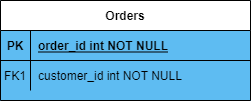
Before: DB/Translation ER Diagram.png, a diagram exported from draw.io (tsgsOFFICIAL/Kilgharrah). Source tidied: cells renumbered, new cells last; positions are measured from the earlier drawing's top-left corner, leaving out a move shared by most shapes.
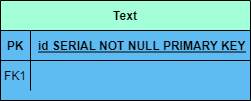
After the commit.

The edit, as a diff of the source:
```diff
@@ -2,7 +2,7 @@
   <root>
     <mxCell id="0" />
     <mxCell id="1" parent="0" />
-    <mxCell id="2" value="Orders" style="shape=table;startSize=30;rowLines=0;fontStyle=1;align=center;" parent="1" vertex="1">
+    <mxCell id="2" value="Text" style="shape=table;startSize=30;rowLines=0;fontStyle=1;align=center;fillColor=#A3FFD7;" parent="1" vertex="1">
       <mxGeometry width="250" height="100" as="geometry" />
     </mxCell>
     <mxCell id="3" style="shape=partialRectangle;fillColor=none;top=0;left=0;right=0;bottom=1;" parent="2" vertex="1">
@@ -11,7 +11,7 @@
     <mxCell id="4" value="PK" style="shape=partialRectangle;overflow=hidden;fillColor=none;top=0;left=0;bottom=0;right=0;fontStyle=1;" parent="3" vertex="1">
       <mxGeometry width="30" height="30" as="geometry" />
     </mxCell>
-    <mxCell id="5" value="order_id int NOT NULL " style="shape=partialRectangle;overflow=hidden;fillColor=none;top=0;left=0;bottom=0;right=0;align=left;spacingLeft=6;fontStyle=5;" parent="3" vertex="1">
+    <mxCell id="5" value="id SERIAL NOT NULL PRIMARY KEY" style="shape=partialRectangle;overflow=hidden;fillColor=none;top=0;left=0;bottom=0;right=0;align=left;spacingLeft=6;fontStyle=5;" parent="3" vertex="1">
       <mxGeometry x="30" width="220" height="30" as="geometry" />
     </mxCell>
     <mxCell id="6" style="shape=partialRectangle;fillColor=none;top=0;left=0;right=0;bottom=0;" parent="2" vertex="1">
@@ -20,7 +20,7 @@
     <mxCell id="7" value="FK1" style="shape=partialRectangle;overflow=hidden;fillColor=none;top=0;left=0;bottom=0;right=0;" parent="6" vertex="1">
       <mxGeometry width="30" height="30" as="geometry" />
     </mxCell>
-    <mxCell id="8" value="customer_id int NOT NULL" style="shape=partialRectangle;overflow=hidden;fillColor=none;top=0;left=0;bottom=0;right=0;align=left;spacingLeft=6;" parent="6" vertex="1">
+    <mxCell id="8" style="shape=partialRectangle;overflow=hidden;fillColor=none;top=0;left=0;bottom=0;right=0;align=left;spacingLeft=6;" parent="6" vertex="1">
       <mxGeometry x="30" width="220" height="30" as="geometry" />
     </mxCell>
   </root>
```
